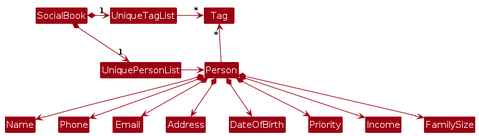
The PlantUML diagram diagrams/BetterModelClassDiagram.png in AY2425S1-CS2103T-F14b-1/tp, before a commit. Its source is kept beside it as diagrams/BetterModelClassDiagram.puml.
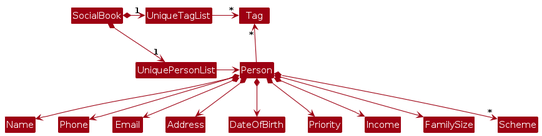
After the change.

Diff of the diagram source:
```diff
@@ -22,4 +22,5 @@
 Person *--> Priority
 Person *--> Income
 Person *--> FamilySize
+Person *--> "*"Scheme
 @enduml
```
